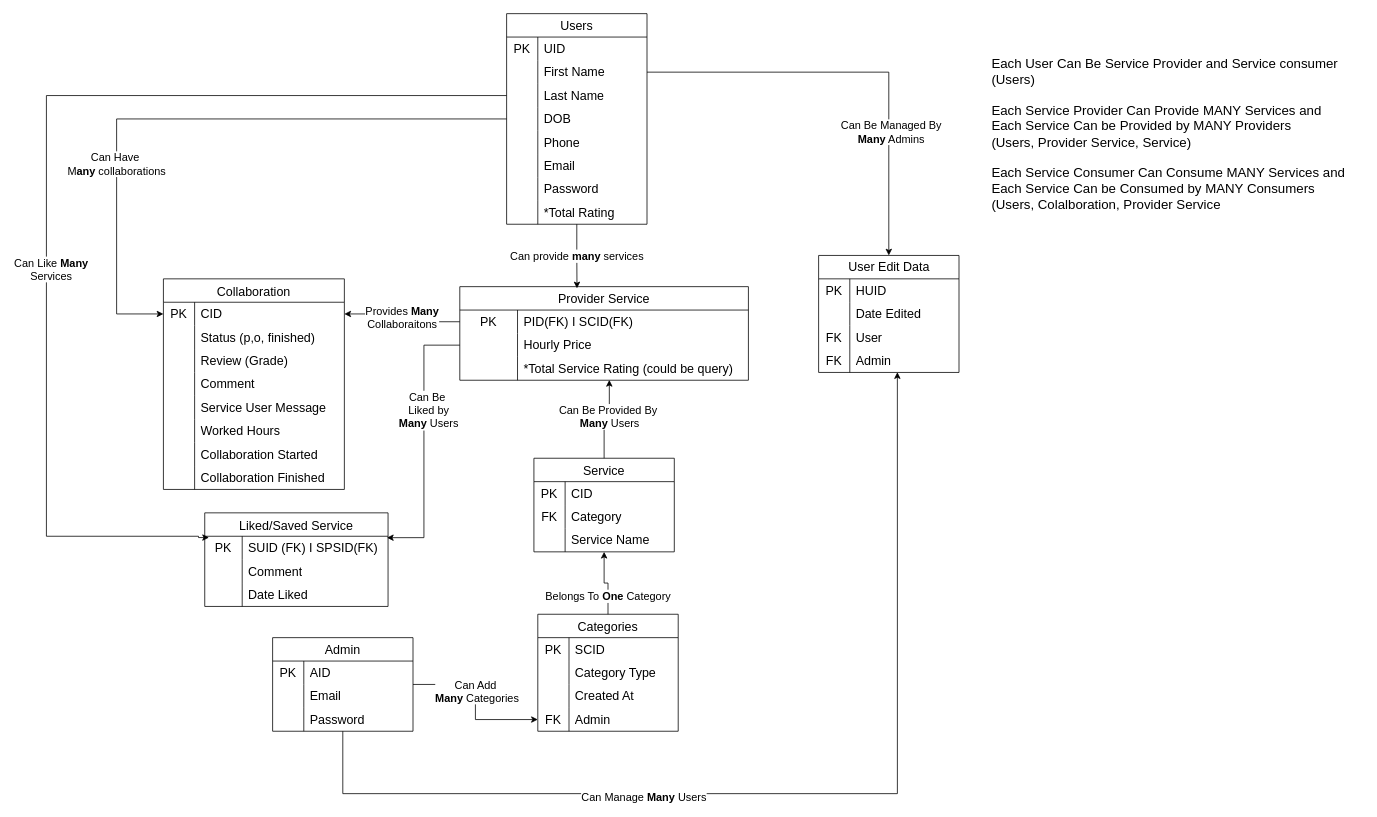
The draw.io diagram Inwousluga.drawio in AndNijaz/Inwobill, before the edit. Source tidied: cells renumbered, new cells numbered last; positions are measured from the earlier drawing's top-left corner, leaving out a move shared by most shapes. Both pictures are drawn from the tidied source at 78%, with x=0, y=0 at pixel (46, 13).
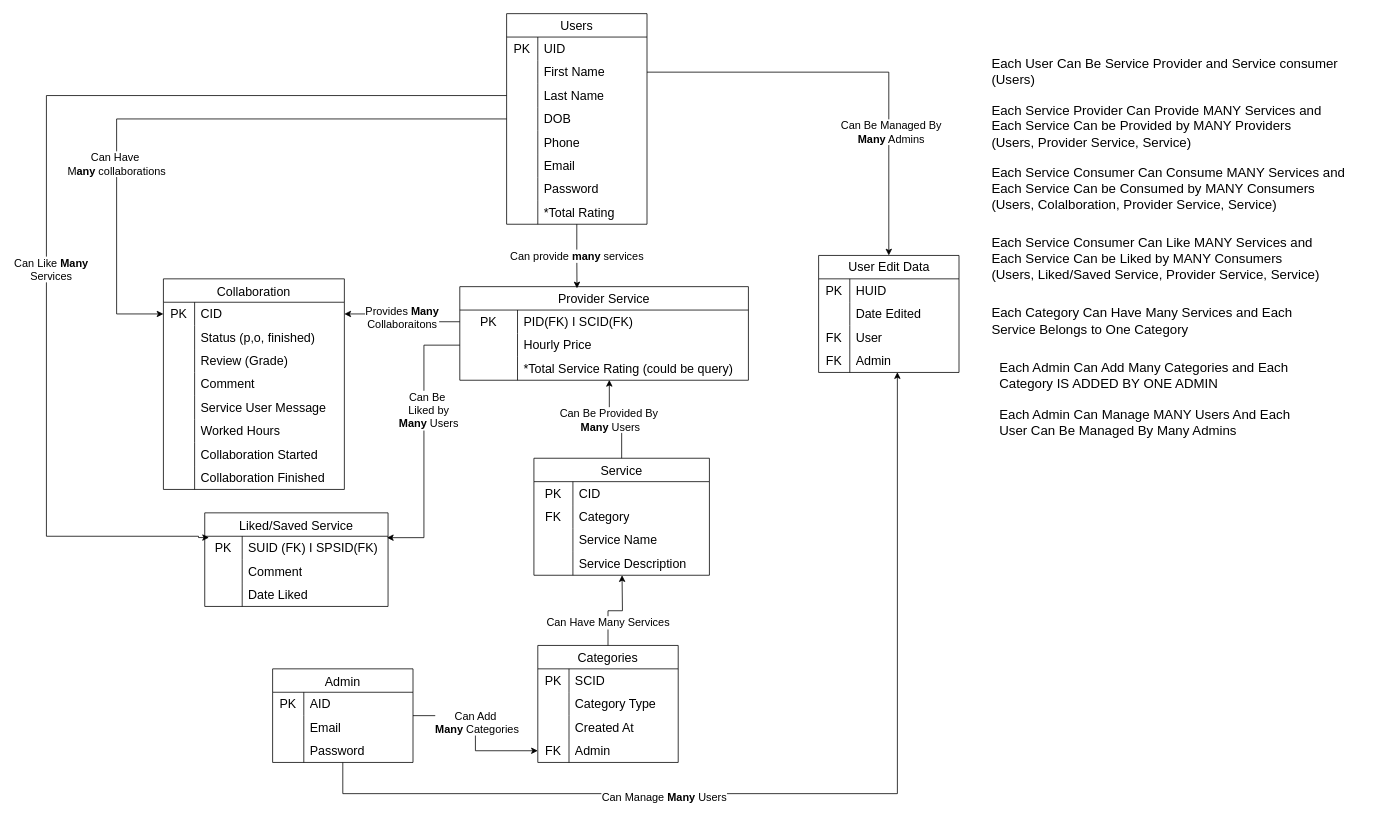
After the change.

The edit, as a diff of the source:
```diff
@@
     <mxCell id="2" value="Categories" style="shape=table;startSize=30;childLayout=tableLayout;rowLines=0;fontStyle=0;strokeColor=default;fontSize=16;" parent="1" vertex="1">
-      <mxGeometry x="630" y="770" width="180" height="150" as="geometry" />
+      <mxGeometry x="630" y="810" width="180" height="150" as="geometry" />
     </mxCell>
@@
     <mxCell id="60" value="Service" style="shape=table;startSize=30;childLayout=tableLayout;rowLines=0;fontStyle=0;strokeColor=default;fontSize=16;" parent="1" vertex="1">
-      <mxGeometry x="625" y="570" width="180" height="120" as="geometry" />
+      <mxGeometry x="625" y="570" width="225" height="150" as="geometry" />
     </mxCell>
     <mxCell id="61" style="shape=tableRow;horizontal=0;startSize=0;swimlaneHead=0;swimlaneBody=0;top=0;left=0;bottom=0;right=0;fillColor=none;strokeColor=inherit;fontSize=16;" parent="60" vertex="1">
-      <mxGeometry y="30" width="180" height="30" as="geometry" />
+      <mxGeometry y="30" width="225" height="30" as="geometry" />
     </mxCell>
     <mxCell id="62" value="PK" style="shape=partialRectangle;html=1;whiteSpace=wrap;fillColor=none;top=0;left=0;bottom=0;right=0;overflow=hidden;strokeColor=inherit;fontSize=16;" parent="61" vertex="1">
-      <mxGeometry width="40" height="30" as="geometry" />
+      <mxGeometry width="50" height="30" as="geometry" />
     </mxCell>
     <mxCell id="63" value="CID" style="shape=partialRectangle;html=1;whiteSpace=wrap;fillColor=none;top=0;left=0;bottom=0;right=0;align=left;spacingLeft=6;overflow=hidden;strokeColor=inherit;fontSize=16;" parent="61" vertex="1">
-      <mxGeometry x="40" width="140" height="30" as="geometry" />
+      <mxGeometry x="50" width="175" height="30" as="geometry" />
     </mxCell>
     <mxCell id="64" style="shape=tableRow;horizontal=0;startSize=0;swimlaneHead=0;swimlaneBody=0;top=0;left=0;bottom=0;right=0;fillColor=none;strokeColor=inherit;fontSize=16;" parent="60" vertex="1">
-      <mxGeometry y="60" width="180" height="30" as="geometry" />
+      <mxGeometry y="60" width="225" height="30" as="geometry" />
     </mxCell>
     <mxCell id="65" value="FK" style="shape=partialRectangle;html=1;whiteSpace=wrap;fillColor=none;top=0;left=0;bottom=0;right=0;overflow=hidden;strokeColor=inherit;fontSize=16;" parent="64" vertex="1">
-      <mxGeometry width="40" height="30" as="geometry" />
+      <mxGeometry width="50" height="30" as="geometry" />
     </mxCell>
     <mxCell id="66" value="Category" style="shape=partialRectangle;html=1;whiteSpace=wrap;fillColor=none;top=0;left=0;bottom=0;right=0;align=left;spacingLeft=6;overflow=hidden;strokeColor=inherit;fontSize=16;" parent="64" vertex="1">
-      <mxGeometry x="40" width="140" height="30" as="geometry" />
+      <mxGeometry x="50" width="175" height="30" as="geometry" />
     </mxCell>
     <mxCell id="67" style="shape=tableRow;horizontal=0;startSize=0;swimlaneHead=0;swimlaneBody=0;top=0;left=0;bottom=0;right=0;fillColor=none;points=[[0,0.5],[1,0.5]];portConstraint=eastwest;strokeColor=inherit;fontSize=16;" parent="60" vertex="1">
-      <mxGeometry y="90" width="180" height="30" as="geometry" />
+      <mxGeometry y="90" width="225" height="30" as="geometry" />
     </mxCell>
     <mxCell id="68" style="shape=partialRectangle;html=1;whiteSpace=wrap;fillColor=none;top=0;left=0;bottom=0;right=0;overflow=hidden;strokeColor=inherit;fontSize=16;" parent="67" vertex="1">
-      <mxGeometry width="40" height="30" as="geometry" />
+      <mxGeometry width="50" height="30" as="geometry" />
     </mxCell>
     <mxCell id="69" value="Service Name" style="shape=partialRectangle;html=1;whiteSpace=wrap;fillColor=none;top=0;left=0;bottom=0;right=0;align=left;spacingLeft=6;overflow=hidden;strokeColor=inherit;fontSize=16;" parent="67" vertex="1">
-      <mxGeometry x="40" width="140" height="30" as="geometry" />
+      <mxGeometry x="50" width="175" height="30" as="geometry" />
     </mxCell>
+    <mxCell id="140" style="shape=tableRow;horizontal=0;startSize=0;swimlaneHead=0;swimlaneBody=0;top=0;left=0;bottom=0;right=0;fillColor=none;strokeColor=inherit;fontSize=16;" parent="60" vertex="1">
+      <mxGeometry y="120" width="225" height="30" as="geometry" />
+    </mxCell>
+    <mxCell id="141" style="shape=partialRectangle;html=1;whiteSpace=wrap;fillColor=none;top=0;left=0;bottom=0;right=0;overflow=hidden;strokeColor=inherit;fontSize=16;" parent="140" vertex="1">
+      <mxGeometry width="50" height="30" as="geometry" />
+    </mxCell>
+    <mxCell id="142" value="Service Description" style="shape=partialRectangle;html=1;whiteSpace=wrap;fillColor=none;top=0;left=0;bottom=0;right=0;align=left;spacingLeft=6;overflow=hidden;strokeColor=inherit;fontSize=16;" parent="140" vertex="1">
+      <mxGeometry x="50" width="175" height="30" as="geometry" />
+    </mxCell>
@@
-    <mxCell id="74" style="edgeStyle=orthogonalEdgeStyle;rounded=0;jettySize=auto;html=1;entryX=0.5;entryY=1;entryDx=0;entryDy=0;entryPerimeter=0;" parent="1" edge="1" source="2" target="67">
-      <mxGeometry relative="1" as="geometry" />
+    <mxCell id="74" style="edgeStyle=orthogonalEdgeStyle;rounded=0;jettySize=auto;html=1;" parent="1" edge="1" source="2">
+      <mxGeometry relative="1" as="geometry">
+        <mxPoint x="738" y="720" as="targetPoint" />
+      </mxGeometry>
     </mxCell>
-    <mxCell id="75" value="&lt;font style=&quot;font-size: 14px;&quot;&gt;Belongs To &lt;b&gt;One&lt;/b&gt;&amp;nbsp;Category&lt;/font&gt;" style="edgeLabel;html=1;align=center;verticalAlign=middle;" parent="74" vertex="1">
+    <mxCell id="75" value="&lt;span style=&quot;font-size: 14px;&quot;&gt;Can Have Many Services&lt;/span&gt;" style="edgeLabel;html=1;align=center;verticalAlign=middle;" parent="74" vertex="1">
       <mxGeometry x="-0.44" y="1" relative="1" as="geometry" />
     </mxCell>
@@
     <mxCell id="105" value="Admin" style="shape=table;startSize=30;childLayout=tableLayout;rowLines=0;fontStyle=0;strokeColor=default;fontSize=16;" parent="1" vertex="1">
-      <mxGeometry x="290" y="800" width="180" height="120" as="geometry" />
+      <mxGeometry x="290" y="840" width="180" height="120" as="geometry" />
     </mxCell>
@@
-    <mxCell id="139" value="&lt;span style=&quot;font-size: 17px;&quot;&gt;Each Service Consumer Can Consume MANY Services and&lt;/span&gt;&lt;div&gt;&lt;span style=&quot;font-size: 17px;&quot;&gt;Each Service Can be Consumed by MANY Consumers&amp;nbsp;&lt;/span&gt;&lt;/div&gt;&lt;div&gt;&lt;span style=&quot;font-size: 17px;&quot;&gt;(Users, Colalboration, Provider Service&lt;/span&gt;&lt;/div&gt;" style="text;html=1;align=left;verticalAlign=middle;strokeColor=none;fillColor=none;" parent="1" vertex="1">
+    <mxCell id="139" value="&lt;span style=&quot;font-size: 17px;&quot;&gt;Each Service Consumer Can Consume MANY Services and&lt;/span&gt;&lt;div&gt;&lt;span style=&quot;font-size: 17px;&quot;&gt;Each Service Can be Consumed by MANY Consumers&amp;nbsp;&lt;/span&gt;&lt;/div&gt;&lt;div&gt;&lt;span style=&quot;font-size: 17px;&quot;&gt;(Users, Colalboration, Provider Service, Service)&lt;/span&gt;&lt;/div&gt;" style="text;html=1;align=left;verticalAlign=middle;strokeColor=none;fillColor=none;" parent="1" vertex="1">
       <mxGeometry x="1210" y="190" width="480" height="70" as="geometry" />
     </mxCell>
+    <mxCell id="143" value="&lt;span style=&quot;font-size: 17px;&quot;&gt;Each Service Consumer Can Like MANY Services and&lt;/span&gt;&lt;div&gt;&lt;span style=&quot;font-size: 17px;&quot;&gt;Each Service Can be Liked by MANY Consumers&amp;nbsp;&lt;/span&gt;&lt;/div&gt;&lt;div&gt;&lt;span style=&quot;font-size: 17px;&quot;&gt;(Users, Liked/Saved Service, Provider Service, Service)&lt;/span&gt;&lt;/div&gt;" style="text;html=1;align=left;verticalAlign=middle;strokeColor=none;fillColor=none;" parent="1" vertex="1">
+      <mxGeometry x="1210" y="280" width="440" height="70" as="geometry" />
+    </mxCell>
+    <mxCell id="144" value="&lt;span style=&quot;font-size: 17px;&quot;&gt;Each Category Can Have Many Services and Each&amp;nbsp;&lt;/span&gt;&lt;div&gt;&lt;span style=&quot;font-size: 17px;&quot;&gt;Service Belongs to One Category&lt;/span&gt;&lt;/div&gt;" style="text;html=1;align=left;verticalAlign=middle;strokeColor=none;fillColor=none;" parent="1" vertex="1">
+      <mxGeometry x="1210" y="370" width="410" height="50" as="geometry" />
+    </mxCell>
+    <mxCell id="145" value="&lt;span style=&quot;font-size: 17px;&quot;&gt;Each Admin Can Add Many Categories and Each&amp;nbsp;&lt;/span&gt;&lt;div&gt;&lt;span style=&quot;font-size: 17px;&quot;&gt;Category IS ADDED BY ONE ADMIN&lt;/span&gt;&lt;/div&gt;" style="text;html=1;align=left;verticalAlign=middle;strokeColor=none;fillColor=none;" parent="1" vertex="1">
+      <mxGeometry x="1220" y="440" width="400" height="50" as="geometry" />
+    </mxCell>
+    <mxCell id="146" value="&lt;span style=&quot;font-size: 17px;&quot;&gt;Each Admin Can Manage MANY Users And Each&amp;nbsp;&lt;/span&gt;&lt;div&gt;&lt;span style=&quot;font-size: 17px;&quot;&gt;User Can Be Managed By Many Admins&lt;/span&gt;&lt;/div&gt;" style="text;html=1;align=left;verticalAlign=middle;strokeColor=none;fillColor=none;" parent="1" vertex="1">
+      <mxGeometry x="1220" y="500" width="400" height="50" as="geometry" />
+    </mxCell>
```
